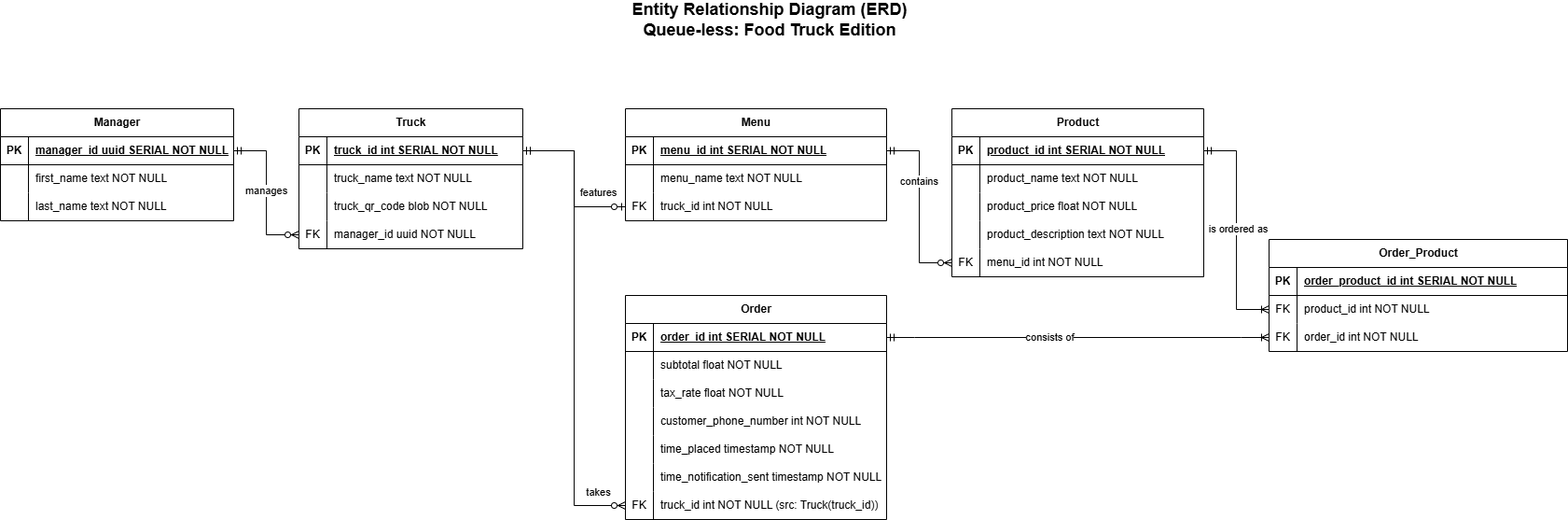
Before: qless/documentation/ERD.png, a diagram exported from draw.io (MasonKrause7/qless-host). Source tidied: cells renumbered, new cells last; positions are measured from the earlier drawing's top-left corner, leaving out a move shared by most shapes.
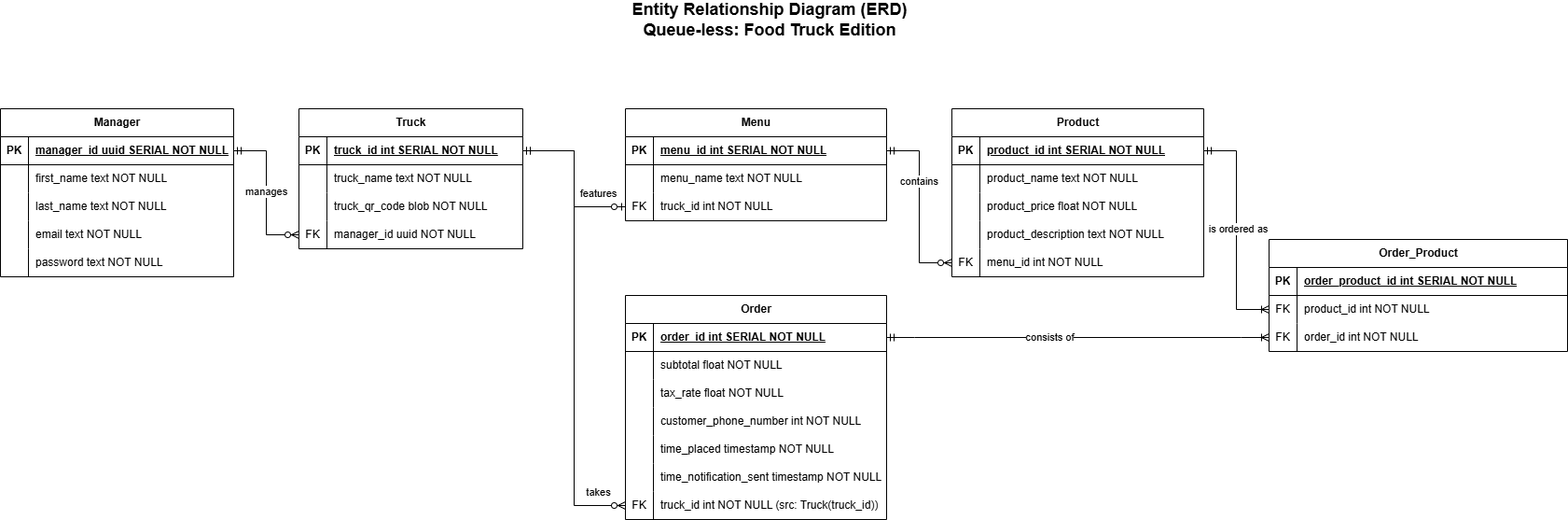
Above is the later version.

Commit message:
added context diagram & dfd0

Change to the diagram source:
```diff
@@ -42,7 +42,7 @@
       <mxGeometry x="30" width="210" height="30" as="geometry" />
     </mxCell>
     <mxCell id="15" value="Manager" style="shape=table;startSize=30;rowLines=0;fontStyle=1;align=center;html=1;" parent="1" vertex="1">
-      <mxGeometry y="110" width="250" height="120" as="geometry" />
+      <mxGeometry y="110" width="250" height="180" as="geometry" />
     </mxCell>
     <mxCell id="16" style="shape=tableRow;horizontal=0;startSize=0;swimlaneHead=0;swimlaneBody=0;fillColor=none;points=[[0,0.5],[1,0.5]];portConstraint=eastwest;top=0;left=0;right=0;bottom=1;" parent="15" vertex="1">
       <mxGeometry y="30" width="250" height="30" as="geometry" />
@@ -71,6 +71,24 @@
     <mxCell id="24" value="last_name text NOT NULL" style="shape=partialRectangle;fillColor=none;top=0;left=0;bottom=0;right=0;align=left;spacingLeft=6;overflow=hidden;whiteSpace=wrap;html=1;" parent="22" vertex="1">
       <mxGeometry x="30" width="220" height="30" as="geometry" />
     </mxCell>
+    <mxCell id="96" style="shape=tableRow;horizontal=0;startSize=0;swimlaneHead=0;swimlaneBody=0;fillColor=none;top=0;left=0;right=0;bottom=0;" parent="15" vertex="1">
+      <mxGeometry y="120" width="250" height="30" as="geometry" />
+    </mxCell>
+    <mxCell id="97" style="shape=partialRectangle;fillColor=none;top=0;left=0;bottom=0;right=0;overflow=hidden;whiteSpace=wrap;html=1;" parent="96" vertex="1">
+      <mxGeometry width="30" height="30" as="geometry" />
+    </mxCell>
+    <mxCell id="98" value="email text NOT NULL" style="shape=partialRectangle;fillColor=none;top=0;left=0;bottom=0;right=0;align=left;spacingLeft=6;overflow=hidden;whiteSpace=wrap;html=1;" parent="96" vertex="1">
+      <mxGeometry x="30" width="220" height="30" as="geometry" />
+    </mxCell>
+    <mxCell id="99" style="shape=tableRow;horizontal=0;startSize=0;swimlaneHead=0;swimlaneBody=0;fillColor=none;top=0;left=0;right=0;bottom=0;" parent="15" vertex="1">
+      <mxGeometry y="150" width="250" height="30" as="geometry" />
+    </mxCell>
+    <mxCell id="100" style="shape=partialRectangle;fillColor=none;top=0;left=0;bottom=0;right=0;overflow=hidden;whiteSpace=wrap;html=1;" parent="99" vertex="1">
+      <mxGeometry width="30" height="30" as="geometry" />
+    </mxCell>
+    <mxCell id="101" value="password text NOT NULL" style="shape=partialRectangle;fillColor=none;top=0;left=0;bottom=0;right=0;align=left;spacingLeft=6;overflow=hidden;whiteSpace=wrap;html=1;" parent="99" vertex="1">
+      <mxGeometry x="30" width="220" height="30" as="geometry" />
+    </mxCell>
     <mxCell id="25" value="Menu" style="shape=table;startSize=30;rowLines=0;fontStyle=1;align=center;html=1;" parent="1" vertex="1">
       <mxGeometry x="670" y="110" width="280" height="120" as="geometry" />
     </mxCell>
```
